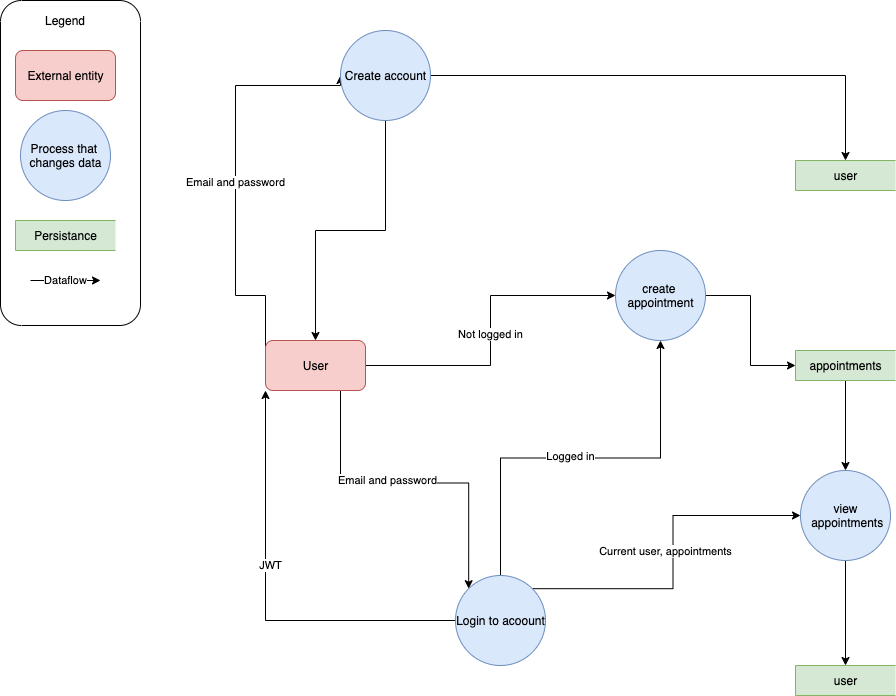
This is docs/data-flow-diagram.png from GorginZ/Clean-readme, a draw.io export, as it was before one commit. Source tidied: cells renumbered, new cells last; positions are measured from the earlier drawing's top-left corner, leaving out a move shared by most shapes.
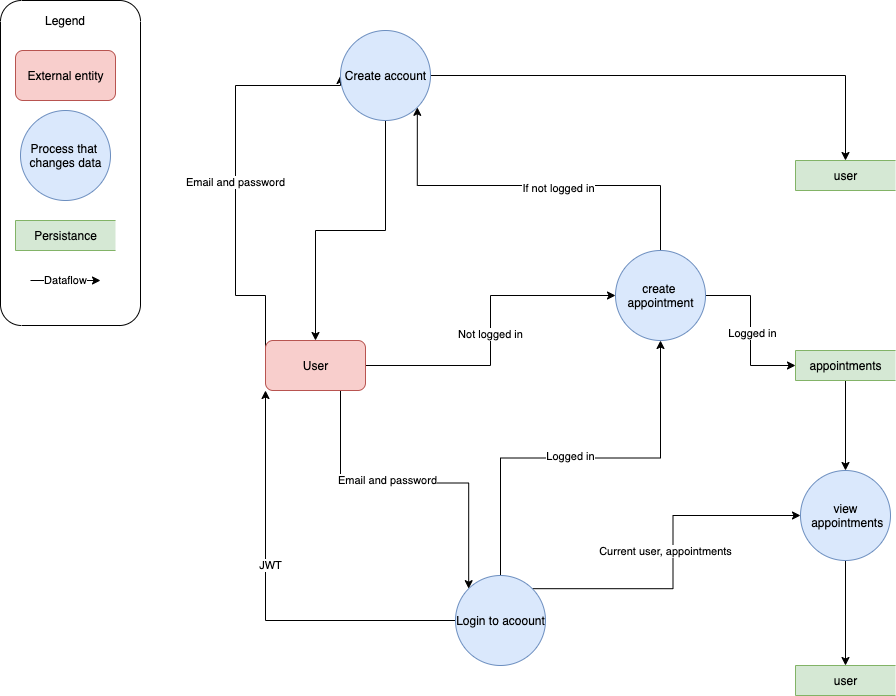
Above is the later version.

Change to the diagram source:
```diff
@@ -89,6 +89,15 @@
     <mxCell id="26" style="edgeStyle=orthogonalEdgeStyle;rounded=0;jettySize=auto;html=1;exitX=1;exitY=0.5;exitDx=0;exitDy=0;entryX=0;entryY=0.5;entryDx=0;entryDy=0;" parent="1" edge="1" source="27" target="6">
       <mxGeometry relative="1" as="geometry" />
     </mxCell>
+    <mxCell id="32" value="Logged in&lt;br&gt;" style="edgeLabel;html=1;align=center;verticalAlign=middle;" parent="26" vertex="1">
+      <mxGeometry x="0.03" y="1" relative="1" as="geometry" />
+    </mxCell>
+    <mxCell id="33" style="edgeStyle=orthogonalEdgeStyle;rounded=0;jettySize=auto;html=1;exitX=0.5;exitY=0;exitDx=0;exitDy=0;entryX=1;entryY=1;entryDx=0;entryDy=0;" parent="1" edge="1" source="27" target="31">
+      <mxGeometry relative="1" as="geometry" />
+    </mxCell>
+    <mxCell id="34" value="If not logged in" style="edgeLabel;html=1;align=center;verticalAlign=middle;" parent="33" vertex="1">
+      <mxGeometry x="-0.13" y="2" relative="1" as="geometry" />
+    </mxCell>
     <mxCell id="27" value="create &lt;br&gt;appointment" style="shape=ellipse;html=1;dashed=0;whitespace=wrap;perimeter=ellipsePerimeter;rounded=1;fillColor=#dae8fc;strokeColor=#6c8ebf;" parent="1" vertex="1">
       <mxGeometry x="708" y="240" width="90" height="90" as="geometry" />
     </mxCell>
```
